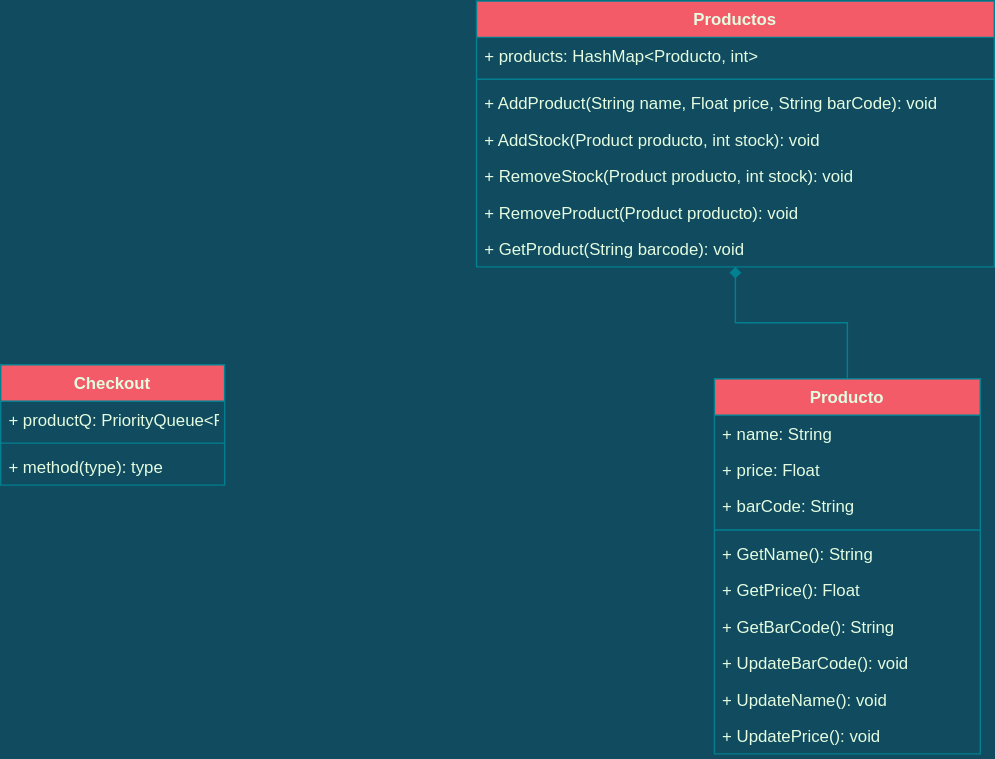
The draw.io diagram src/Esquema.svg in fmartinez28/TDAObligatorioParte2, before a commit. Source tidied: cells renumbered, new cells last; positions are measured from the earlier drawing's top-left corner, leaving out a move shared by most shapes. The source it was exported from:
```xml
<mxGraphModel background="#114B5F">
  <root>
    <mxCell id="0" />
    <mxCell id="1" parent="0" />
    <mxCell id="2" value="Producto" style="swimlane;fontStyle=1;align=center;verticalAlign=top;horizontal=1;startSize=26;fillColor=#F45B69;strokeColor=#028090;fontColor=#E4FDE1;" parent="1" vertex="1">
      <mxGeometry x="510" y="270" width="190" height="268" as="geometry" />
    </mxCell>
    <mxCell id="3" value="+ name: String" style="text;strokeColor=none;fillColor=none;align=left;verticalAlign=top;spacingLeft=4;spacingRight=4;overflow=hidden;fontColor=#E4FDE1;" parent="2" vertex="1">
      <mxGeometry y="26" width="190" height="26" as="geometry" />
    </mxCell>
    <mxCell id="4" value="+ price: Float" style="text;strokeColor=none;fillColor=none;align=left;verticalAlign=top;spacingLeft=4;spacingRight=4;overflow=hidden;fontColor=#E4FDE1;" parent="2" vertex="1">
      <mxGeometry y="52" width="190" height="26" as="geometry" />
    </mxCell>
    <mxCell id="5" value="+ barCode: String" style="text;strokeColor=none;fillColor=none;align=left;verticalAlign=top;spacingLeft=4;spacingRight=4;overflow=hidden;fontColor=#E4FDE1;" parent="2" vertex="1">
      <mxGeometry y="78" width="190" height="26" as="geometry" />
    </mxCell>
    <mxCell id="6" style="line;strokeWidth=1;fillColor=none;align=left;verticalAlign=middle;spacingTop=-1;spacingLeft=3;spacingRight=3;labelPosition=right;strokeColor=#028090;labelBackgroundColor=#114B5F;fontColor=#E4FDE1;" parent="2" vertex="1">
      <mxGeometry y="104" width="190" height="8" as="geometry" />
    </mxCell>
    <mxCell id="7" value="+ GetName(): String" style="text;strokeColor=none;fillColor=none;align=left;verticalAlign=top;spacingLeft=4;spacingRight=4;overflow=hidden;fontColor=#E4FDE1;" parent="2" vertex="1">
      <mxGeometry y="112" width="190" height="26" as="geometry" />
    </mxCell>
    <mxCell id="8" value="+ GetPrice(): Float" style="text;strokeColor=none;fillColor=none;align=left;verticalAlign=top;spacingLeft=4;spacingRight=4;overflow=hidden;fontColor=#E4FDE1;" parent="2" vertex="1">
      <mxGeometry y="138" width="190" height="26" as="geometry" />
    </mxCell>
    <mxCell id="9" value="+ GetBarCode(): String" style="text;strokeColor=none;fillColor=none;align=left;verticalAlign=top;spacingLeft=4;spacingRight=4;overflow=hidden;fontColor=#E4FDE1;" parent="2" vertex="1">
      <mxGeometry y="164" width="190" height="26" as="geometry" />
    </mxCell>
    <mxCell id="10" value="+ UpdateBarCode(): void" style="text;strokeColor=none;fillColor=none;align=left;verticalAlign=top;spacingLeft=4;spacingRight=4;overflow=hidden;fontColor=#E4FDE1;" parent="2" vertex="1">
      <mxGeometry y="190" width="190" height="26" as="geometry" />
    </mxCell>
    <mxCell id="11" value="+ UpdateName(): void" style="text;strokeColor=none;fillColor=none;align=left;verticalAlign=top;spacingLeft=4;spacingRight=4;overflow=hidden;fontColor=#E4FDE1;" parent="2" vertex="1">
      <mxGeometry y="216" width="190" height="26" as="geometry" />
    </mxCell>
    <mxCell id="12" value="+ UpdatePrice(): void" style="text;strokeColor=none;fillColor=none;align=left;verticalAlign=top;spacingLeft=4;spacingRight=4;overflow=hidden;fontColor=#E4FDE1;" parent="2" vertex="1">
      <mxGeometry y="242" width="190" height="26" as="geometry" />
    </mxCell>
    <mxCell id="13" style="edgeStyle=orthogonalEdgeStyle;rounded=0;jettySize=auto;html=1;entryX=0.5;entryY=0;entryDx=0;entryDy=0;strokeColor=#028090;startArrow=diamond;startFill=1;endArrow=none;endFill=0;labelBackgroundColor=#114B5F;fontColor=#E4FDE1;" parent="1" edge="1" source="14" target="2">
      <mxGeometry relative="1" as="geometry" />
    </mxCell>
    <mxCell id="14" value="Productos" style="swimlane;fontStyle=1;align=center;verticalAlign=top;horizontal=1;startSize=26;strokeColor=#028090;fillColor=#F45B69;fontColor=#E4FDE1;" parent="1" vertex="1">
      <mxGeometry x="340" width="370" height="190" as="geometry" />
    </mxCell>
    <mxCell id="15" value="+ products: HashMap&lt;Producto, int&gt;" style="text;strokeColor=none;fillColor=none;align=left;verticalAlign=top;spacingLeft=4;spacingRight=4;overflow=hidden;fontColor=#E4FDE1;" parent="14" vertex="1">
      <mxGeometry y="26" width="370" height="26" as="geometry" />
    </mxCell>
    <mxCell id="16" style="line;strokeWidth=1;fillColor=none;align=left;verticalAlign=middle;spacingTop=-1;spacingLeft=3;spacingRight=3;labelPosition=right;strokeColor=#028090;labelBackgroundColor=#114B5F;fontColor=#E4FDE1;" parent="14" vertex="1">
      <mxGeometry y="52" width="370" height="8" as="geometry" />
    </mxCell>
    <mxCell id="17" value="+ AddProduct(String name, Float price, String barCode): void" style="text;strokeColor=none;fillColor=none;align=left;verticalAlign=top;spacingLeft=4;spacingRight=4;overflow=hidden;fontColor=#E4FDE1;" parent="14" vertex="1">
      <mxGeometry y="60" width="370" height="26" as="geometry" />
    </mxCell>
    <mxCell id="18" value="+ AddStock(Product producto, int stock): void" style="text;strokeColor=none;fillColor=none;align=left;verticalAlign=top;spacingLeft=4;spacingRight=4;overflow=hidden;fontColor=#E4FDE1;" parent="14" vertex="1">
      <mxGeometry y="86" width="370" height="26" as="geometry" />
    </mxCell>
    <mxCell id="19" value="+ RemoveStock(Product producto, int stock): void" style="text;strokeColor=none;fillColor=none;align=left;verticalAlign=top;spacingLeft=4;spacingRight=4;overflow=hidden;fontColor=#E4FDE1;" parent="14" vertex="1">
      <mxGeometry y="112" width="370" height="26" as="geometry" />
    </mxCell>
    <mxCell id="20" value="+ RemoveProduct(Product producto): void" style="text;strokeColor=none;fillColor=none;align=left;verticalAlign=top;spacingLeft=4;spacingRight=4;overflow=hidden;fontColor=#E4FDE1;" parent="14" vertex="1">
      <mxGeometry y="138" width="370" height="26" as="geometry" />
    </mxCell>
    <mxCell id="21" value="+ GetProduct(String barcode): void" style="text;strokeColor=none;fillColor=none;align=left;verticalAlign=top;spacingLeft=4;spacingRight=4;overflow=hidden;fontColor=#E4FDE1;" parent="14" vertex="1">
      <mxGeometry y="164" width="370" height="26" as="geometry" />
    </mxCell>
    <mxCell id="22" value="Checkout" style="swimlane;fontStyle=1;align=center;verticalAlign=top;horizontal=1;startSize=26;fillColor=#F45B69;strokeColor=#028090;fontColor=#E4FDE1;" parent="1" vertex="1">
      <mxGeometry y="260" width="160" height="86" as="geometry" />
    </mxCell>
    <mxCell id="23" value="+ productQ: PriorityQueue&lt;Product&gt;" style="text;strokeColor=none;fillColor=none;align=left;verticalAlign=top;spacingLeft=4;spacingRight=4;overflow=hidden;fontColor=#E4FDE1;" parent="22" vertex="1">
      <mxGeometry y="26" width="160" height="26" as="geometry" />
    </mxCell>
    <mxCell id="24" style="line;strokeWidth=1;fillColor=none;align=left;verticalAlign=middle;spacingTop=-1;spacingLeft=3;spacingRight=3;labelPosition=right;strokeColor=#028090;labelBackgroundColor=#114B5F;fontColor=#E4FDE1;" parent="22" vertex="1">
      <mxGeometry y="52" width="160" height="8" as="geometry" />
    </mxCell>
    <mxCell id="25" value="+ method(type): type" style="text;strokeColor=none;fillColor=none;align=left;verticalAlign=top;spacingLeft=4;spacingRight=4;overflow=hidden;fontColor=#E4FDE1;" parent="22" vertex="1">
      <mxGeometry y="60" width="160" height="26" as="geometry" />
    </mxCell>
  </root>
</mxGraphModel>
```
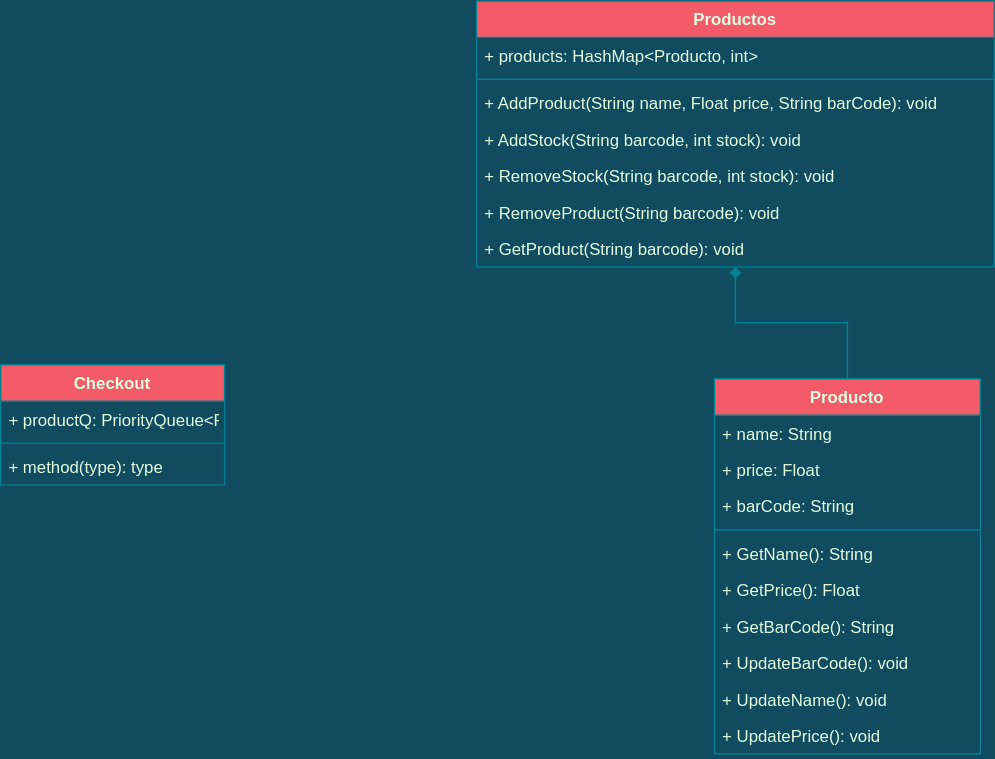
After the change.

Diff of the diagram source:
```diff
@@ -50,13 +50,13 @@
     <mxCell id="17" value="+ AddProduct(String name, Float price, String barCode): void" style="text;strokeColor=none;fillColor=none;align=left;verticalAlign=top;spacingLeft=4;spacingRight=4;overflow=hidden;fontColor=#E4FDE1;" parent="14" vertex="1">
       <mxGeometry y="60" width="370" height="26" as="geometry" />
     </mxCell>
-    <mxCell id="18" value="+ AddStock(Product producto, int stock): void" style="text;strokeColor=none;fillColor=none;align=left;verticalAlign=top;spacingLeft=4;spacingRight=4;overflow=hidden;fontColor=#E4FDE1;" parent="14" vertex="1">
+    <mxCell id="18" value="+ AddStock(String barcode, int stock): void" style="text;strokeColor=none;fillColor=none;align=left;verticalAlign=top;spacingLeft=4;spacingRight=4;overflow=hidden;fontColor=#E4FDE1;" parent="14" vertex="1">
       <mxGeometry y="86" width="370" height="26" as="geometry" />
     </mxCell>
-    <mxCell id="19" value="+ RemoveStock(Product producto, int stock): void" style="text;strokeColor=none;fillColor=none;align=left;verticalAlign=top;spacingLeft=4;spacingRight=4;overflow=hidden;fontColor=#E4FDE1;" parent="14" vertex="1">
+    <mxCell id="19" value="+ RemoveStock(String barcode, int stock): void" style="text;strokeColor=none;fillColor=none;align=left;verticalAlign=top;spacingLeft=4;spacingRight=4;overflow=hidden;fontColor=#E4FDE1;" parent="14" vertex="1">
       <mxGeometry y="112" width="370" height="26" as="geometry" />
     </mxCell>
-    <mxCell id="20" value="+ RemoveProduct(Product producto): void" style="text;strokeColor=none;fillColor=none;align=left;verticalAlign=top;spacingLeft=4;spacingRight=4;overflow=hidden;fontColor=#E4FDE1;" parent="14" vertex="1">
+    <mxCell id="20" value="+ RemoveProduct(String barcode): void" style="text;strokeColor=none;fillColor=none;align=left;verticalAlign=top;spacingLeft=4;spacingRight=4;overflow=hidden;fontColor=#E4FDE1;" parent="14" vertex="1">
       <mxGeometry y="138" width="370" height="26" as="geometry" />
     </mxCell>
     <mxCell id="21" value="+ GetProduct(String barcode): void" style="text;strokeColor=none;fillColor=none;align=left;verticalAlign=top;spacingLeft=4;spacingRight=4;overflow=hidden;fontColor=#E4FDE1;" parent="14" vertex="1">
```
